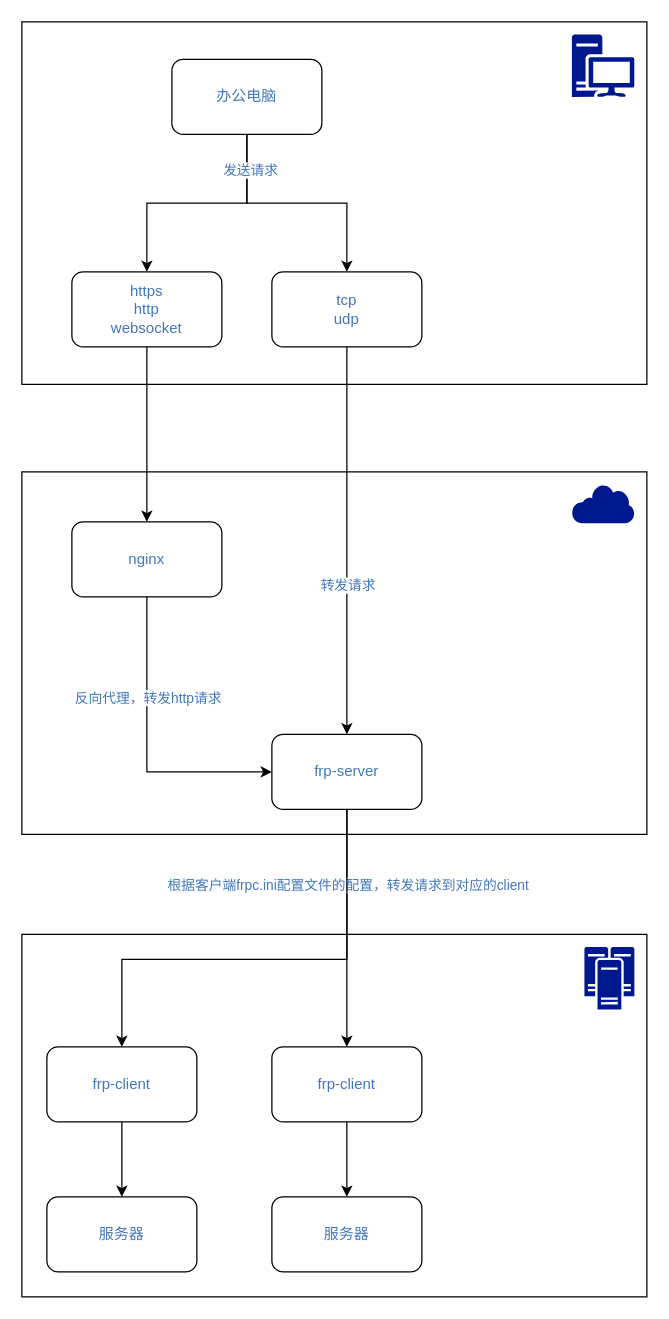
This is 测试环境内网穿透网络架构图.drawio from zhuhuifei/draw.io, a draw.io file, before an edit. Source tidied: cells renumbered, new cells numbered last; positions are measured from the earlier drawing's top-left corner, leaving out a move shared by most shapes. Both pictures are drawn from the tidied source at 125%, with x=0, y=0 at pixel (21, 21).
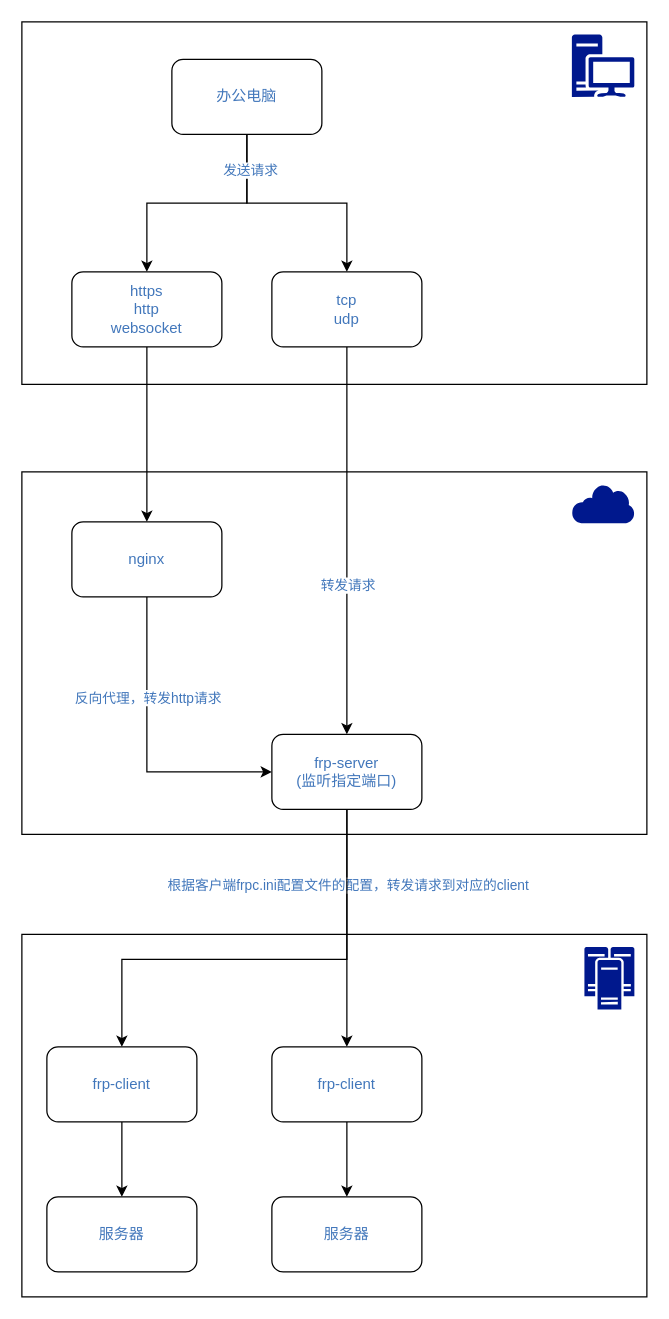
Above is the later version.

Commit message:
更新测试环境内网穿透网络架构图.drawio

The edit, as a diff of the source:
```diff
@@
-    <mxCell id="11" value="frp-server" style="rounded=1;whiteSpace=wrap;html=1;labelBackgroundColor=default;fontColor=#4277BB;" parent="1" vertex="1">
+    <mxCell id="11" value="frp-server&lt;br&gt;(监听指定端口)" style="rounded=1;whiteSpace=wrap;html=1;labelBackgroundColor=default;fontColor=#4277BB;" parent="1" vertex="1">
       <mxGeometry x="200" y="570" width="120" height="60" as="geometry" />
     </mxCell>
```
